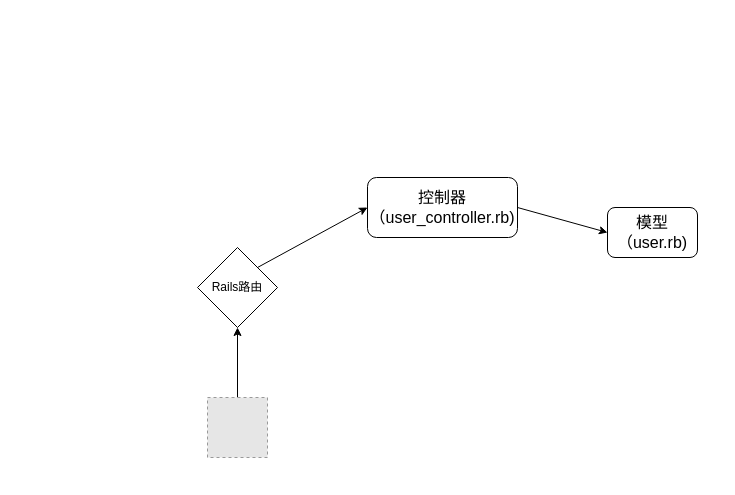
Before: rails-mvc流程图.drawio in UniStart2/draw-io-draft, a draw.io diagram. Source tidied: cells renumbered, new cells numbered last; positions are measured from the earlier drawing's top-left corner, leaving out a move shared by most shapes. Both pictures are drawn from the tidied source at 100%, with x=0, y=0 at pixel (197, 177). Pictures stored in the file or linked from it are replaced by grey dashed boxes.
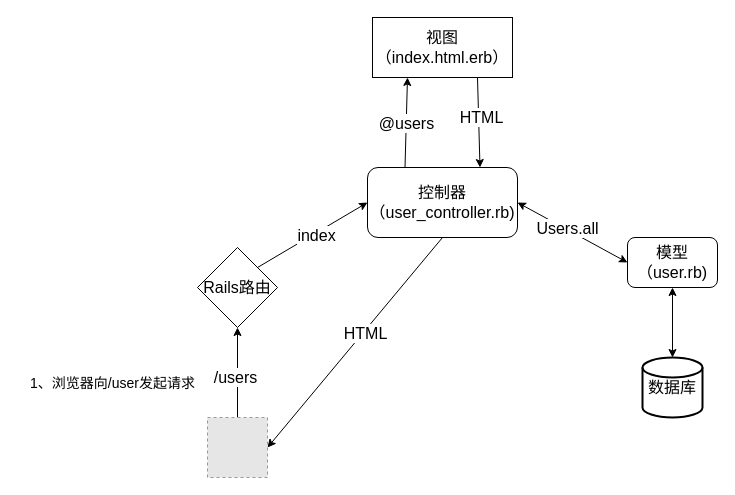
The same diagram, later.

Commit message (it also covers changes not shown here):
更新rails-mvc流程图.drawio

The change refers to these unchanged cells:
```xml
<mxCell id="2" style="edgeStyle=orthogonalEdgeStyle;rounded=0;jettySize=auto;html=1;" parent="1" edge="1" source="3" target="5">
  <mxGeometry relative="1" as="geometry" />
</mxCell>
<mxCell id="4" style="rounded=0;jettySize=auto;html=1;exitX=1;exitY=0;exitDx=0;exitDy=0;entryX=0;entryY=0.5;entryDx=0;entryDy=0;" parent="1" edge="1" source="5" target="7">
  <mxGeometry relative="1" as="geometry" />
</mxCell>
```

What changed in the source:
```diff
@@
+    <mxCell id="9" value="/users" style="edgeLabel;html=1;align=center;verticalAlign=middle;fontSize=16;" parent="2" vertex="1">
+      <mxGeometry x="-0.09" y="3" relative="1" as="geometry" />
+    </mxCell>
     <mxCell id="3" style="fillColor=#E6E6E6;strokeColor=#999999;dashed=1;html=1;verticalAlign=top;verticalLabelPosition=bottom;labelBackgroundColor=#ffffff;" parent="1" vertex="1">
-      <mxGeometry x="10" y="220" width="60" height="60" as="geometry" />
+      <mxGeometry x="10" y="240" width="60" height="60" as="geometry" />
     </mxCell>
@@
+    <mxCell id="10" value="index" style="edgeLabel;html=1;align=center;verticalAlign=middle;fontSize=16;" parent="4" vertex="1">
+      <mxGeometry x="0.06" y="-2" relative="1" as="geometry">
+        <mxPoint x="-1" as="offset" />
+      </mxGeometry>
+    </mxCell>
-    <mxCell id="5" value="Rails路由" style="rhombus;whiteSpace=wrap;html=1;" parent="1" vertex="1">
+    <mxCell id="5" value="&lt;font style=&quot;font-size: 16px;&quot;&gt;Rails路由&lt;/font&gt;" style="rhombus;whiteSpace=wrap;html=1;" parent="1" vertex="1">
       <mxGeometry y="70" width="80" height="80" as="geometry" />
     </mxCell>
-    <mxCell id="6" style="edgeStyle=none;rounded=0;jettySize=auto;html=1;exitX=1;exitY=0.5;exitDx=0;exitDy=0;entryX=0;entryY=0.5;entryDx=0;entryDy=0;fontSize=16;" parent="1" edge="1" source="7" target="8">
-      <mxGeometry relative="1" as="geometry" />
-    </mxCell>
+    <mxCell id="11" style="edgeStyle=none;rounded=0;jettySize=auto;html=1;exitX=0.25;exitY=0;exitDx=0;exitDy=0;entryX=0.25;entryY=1;entryDx=0;entryDy=0;fontSize=16;" parent="1" edge="1" source="7" target="20">
+      <mxGeometry relative="1" as="geometry" />
+    </mxCell>
+    <mxCell id="12" value="@users" style="edgeLabel;html=1;align=center;verticalAlign=middle;fontSize=16;" parent="11" vertex="1">
+      <mxGeometry relative="1" as="geometry" />
+    </mxCell>
+    <mxCell id="13" style="edgeStyle=none;rounded=0;jettySize=auto;html=1;exitX=0.5;exitY=1;exitDx=0;exitDy=0;entryX=1;entryY=0.5;entryDx=0;entryDy=0;fontSize=16;" parent="1" edge="1" source="7" target="3">
+      <mxGeometry relative="1" as="geometry" />
+    </mxCell>
+    <mxCell id="14" value="HTML" style="edgeLabel;html=1;align=center;verticalAlign=middle;fontSize=16;" parent="13" vertex="1">
+      <mxGeometry x="-0.1" y="1" relative="1" as="geometry" />
+    </mxCell>
     <mxCell id="7" value="&lt;font style=&quot;font-size: 16px;&quot;&gt;控制器&lt;br&gt;（user_controller.rb)&lt;/font&gt;" style="rounded=1;whiteSpace=wrap;html=1;" parent="1" vertex="1">
-      <mxGeometry x="170" width="150" height="60" as="geometry" />
+      <mxGeometry x="170" y="-10" width="150" height="70" as="geometry" />
     </mxCell>
     <mxCell id="8" value="&lt;font style=&quot;font-size: 16px;&quot;&gt;模型&lt;br&gt;（user.rb)&lt;/font&gt;" style="rounded=1;whiteSpace=wrap;html=1;" parent="1" vertex="1">
-      <mxGeometry x="410" y="30" width="90" height="50" as="geometry" />
+      <mxGeometry x="430" y="60" width="90" height="50" as="geometry" />
     </mxCell>
+    <mxCell id="6" style="endArrow=classic;startArrow=classic;html=1;rounded=0;fontSize=16;entryX=0;entryY=0.5;entryDx=0;entryDy=0;exitX=1;exitY=0.5;exitDx=0;exitDy=0;" parent="1" edge="1" source="7" target="8">
+      <mxGeometry relative="1" as="geometry" />
+    </mxCell>
+    <mxCell id="15" value="Users.all" style="edgeLabel;html=1;align=center;verticalAlign=middle;fontSize=16;" parent="6" vertex="1">
+      <mxGeometry x="-0.1" y="1" relative="1" as="geometry" />
+    </mxCell>
+    <mxCell id="16" style="endArrow=classic;startArrow=classic;html=1;rounded=0;fontSize=16;entryX=0.5;entryY=1;entryDx=0;entryDy=0;exitX=0.5;exitY=0;exitDx=0;exitDy=0;exitPerimeter=0;" parent="1" edge="1" source="17" target="8">
+      <mxGeometry relative="1" as="geometry" />
+    </mxCell>
+    <mxCell id="17" value="数据库" style="strokeWidth=2;html=1;shape=mxgraph.flowchart.database;whiteSpace=wrap;fontSize=16;" parent="1" vertex="1">
+      <mxGeometry x="445" y="180" width="60" height="60" as="geometry" />
+    </mxCell>
+    <mxCell id="18" style="edgeStyle=none;rounded=0;jettySize=auto;html=1;entryX=0.75;entryY=0;entryDx=0;entryDy=0;fontSize=16;exitX=0.75;exitY=1;exitDx=0;exitDy=0;" parent="1" edge="1" source="20" target="7">
+      <mxGeometry relative="1" as="geometry" />
+    </mxCell>
+    <mxCell id="19" value="HTML" style="edgeLabel;html=1;align=center;verticalAlign=middle;fontSize=16;" parent="18" vertex="1">
+      <mxGeometry x="-0.11" y="2" relative="1" as="geometry" />
+    </mxCell>
+    <mxCell id="20" value="视图&lt;br&gt;（index.html.erb）" style="rounded=0;whiteSpace=wrap;html=1;fontSize=16;" parent="1" vertex="1">
+      <mxGeometry x="175" y="-160" width="140" height="60" as="geometry" />
+    </mxCell>
+    <mxCell id="21" value="&lt;font style=&quot;font-size: 14px;&quot;&gt;1、浏览器向/user发起请求&lt;/font&gt;" style="text;html=1;align=center;verticalAlign=middle;strokeColor=none;fillColor=none;fontSize=16;" parent="1" vertex="1">
+      <mxGeometry x="-180" y="190" width="190" height="30" as="geometry" />
+    </mxCell>
```
